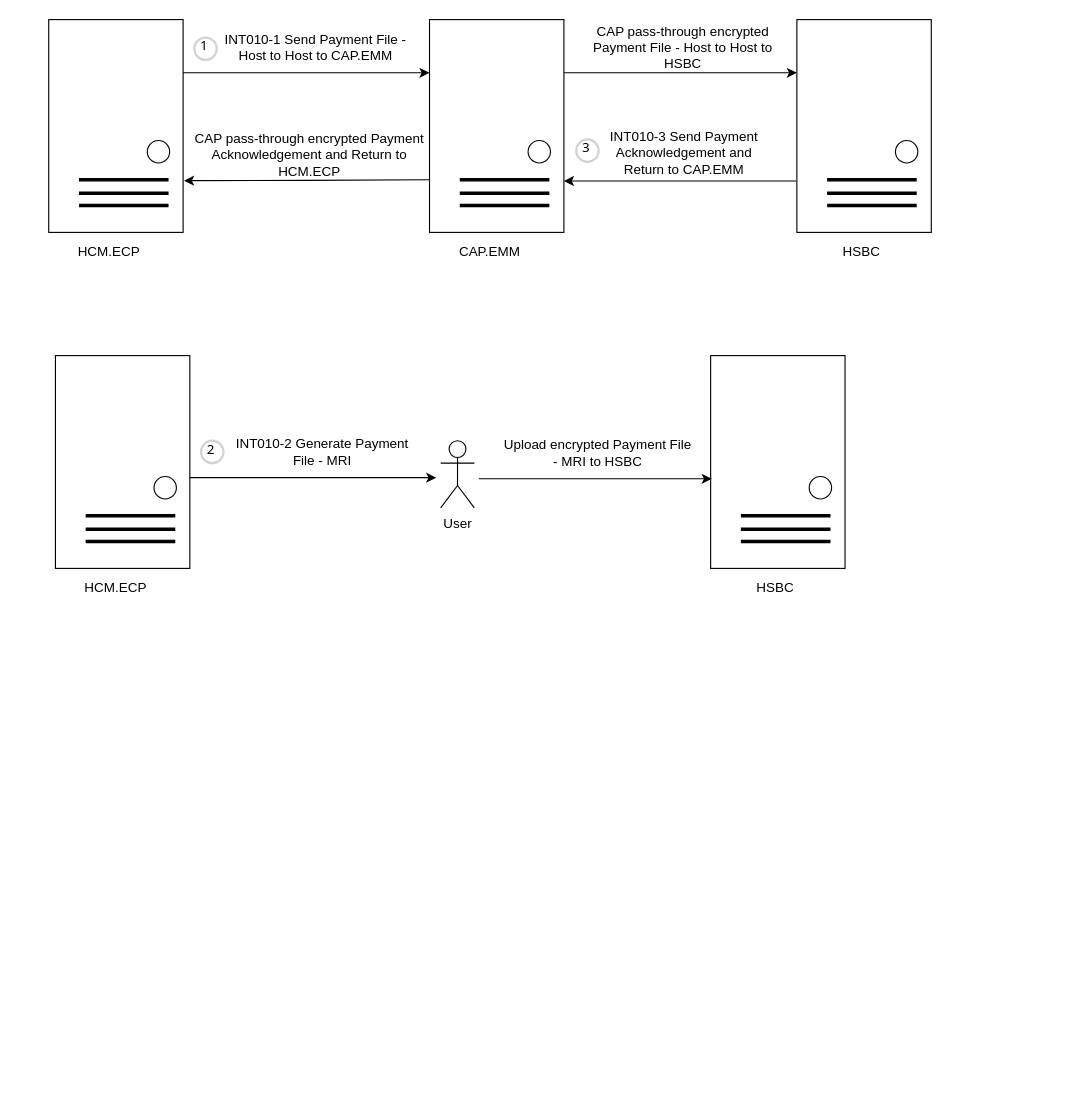
Before: page "HSBC" (17 of 19) of Untitled Diagram.drawio in wsxad234/flowchart, a draw.io diagram. Source tidied: cells renumbered, new cells numbered last; positions are measured from the earlier drawing's top-left corner, leaving out a move shared by most shapes. Both pictures are drawn from the tidied source at 112%, with x=0, y=0 at pixel (48, 19).
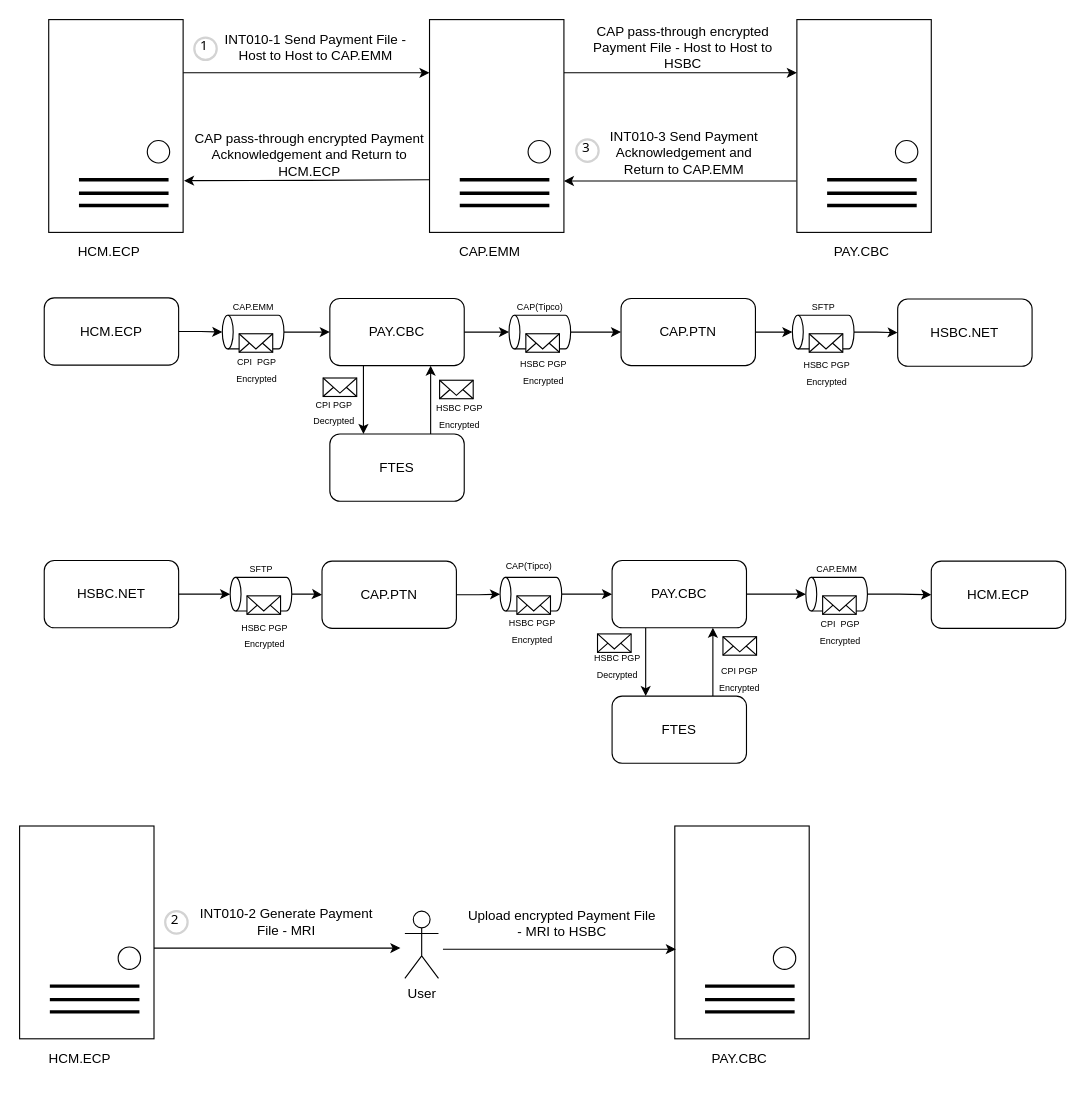
The same page after the edit.

The edit, as a diff of the source:
```diff
@@
-    <mxCell id="27" value="HSBC" style="text;html=1;strokeColor=none;fillColor=none;align=center;verticalAlign=middle;whiteSpace=wrap;rounded=0;" parent="1" vertex="1">
+    <mxCell id="27" value="PAY.CBC" style="text;html=1;strokeColor=none;fillColor=none;align=center;verticalAlign=middle;whiteSpace=wrap;rounded=0;" parent="1" vertex="1">
       <mxGeometry x="696" y="193" width="60" height="30" as="geometry" />
     </mxCell>
@@
     <mxCell id="30" style="rounded=0;whiteSpace=wrap;html=1;" parent="1" vertex="1">
-      <mxGeometry x="6" y="300" width="120" height="190" as="geometry" />
+      <mxGeometry x="-26" y="720" width="120" height="190" as="geometry" />
     </mxCell>
     <mxCell id="31" style="ellipse;whiteSpace=wrap;html=1;direction=south;" parent="1" vertex="1">
-      <mxGeometry x="94" y="408" width="20" height="20" as="geometry" />
+      <mxGeometry x="62" y="828" width="20" height="20" as="geometry" />
     </mxCell>
     <mxCell id="32" style="endArrow=none;html=1;rounded=0;align=center;strokeWidth=3;" parent="1" edge="1">
       <mxGeometry relative="1" as="geometry">
-        <mxPoint x="33" y="443" as="sourcePoint" />
-        <mxPoint x="113" y="443" as="targetPoint" />
+        <mxPoint x="1" y="863" as="sourcePoint" />
+        <mxPoint x="81" y="863" as="targetPoint" />
       </mxGeometry>
     </mxCell>
     <mxCell id="33" style="endArrow=none;html=1;rounded=0;align=center;strokeWidth=3;" parent="1" edge="1">
       <mxGeometry relative="1" as="geometry">
-        <mxPoint x="33" y="455" as="sourcePoint" />
-        <mxPoint x="113" y="455" as="targetPoint" />
+        <mxPoint x="1" y="875" as="sourcePoint" />
+        <mxPoint x="81" y="875" as="targetPoint" />
       </mxGeometry>
     </mxCell>
     <mxCell id="34" style="endArrow=none;html=1;rounded=0;align=center;strokeWidth=3;" parent="1" edge="1">
       <mxGeometry relative="1" as="geometry">
-        <mxPoint x="33" y="466" as="sourcePoint" />
-        <mxPoint x="113" y="466" as="targetPoint" />
+        <mxPoint x="1" y="886" as="sourcePoint" />
+        <mxPoint x="81" y="886" as="targetPoint" />
       </mxGeometry>
     </mxCell>
     <mxCell id="35" style="rounded=0;whiteSpace=wrap;html=1;" parent="1" vertex="1">
-      <mxGeometry x="591" y="300" width="120" height="190" as="geometry" />
+      <mxGeometry x="559" y="720" width="120" height="190" as="geometry" />
     </mxCell>
     <mxCell id="36" style="ellipse;whiteSpace=wrap;html=1;direction=south;" parent="1" vertex="1">
-      <mxGeometry x="679" y="408" width="20" height="20" as="geometry" />
+      <mxGeometry x="647" y="828" width="20" height="20" as="geometry" />
     </mxCell>
     <mxCell id="37" style="endArrow=none;html=1;rounded=0;align=center;strokeWidth=3;" parent="1" edge="1">
       <mxGeometry relative="1" as="geometry">
-        <mxPoint x="618" y="443" as="sourcePoint" />
-        <mxPoint x="698" y="443" as="targetPoint" />
+        <mxPoint x="586" y="863" as="sourcePoint" />
+        <mxPoint x="666" y="863" as="targetPoint" />
       </mxGeometry>
     </mxCell>
     <mxCell id="38" style="endArrow=none;html=1;rounded=0;align=center;strokeWidth=3;" parent="1" edge="1">
       <mxGeometry relative="1" as="geometry">
-        <mxPoint x="618" y="455" as="sourcePoint" />
-        <mxPoint x="698" y="455" as="targetPoint" />
+        <mxPoint x="586" y="875" as="sourcePoint" />
+        <mxPoint x="666" y="875" as="targetPoint" />
       </mxGeometry>
     </mxCell>
     <mxCell id="39" style="endArrow=none;html=1;rounded=0;align=center;strokeWidth=3;" parent="1" edge="1">
       <mxGeometry relative="1" as="geometry">
-        <mxPoint x="618" y="466" as="sourcePoint" />
-        <mxPoint x="698" y="466" as="targetPoint" />
+        <mxPoint x="586" y="886" as="sourcePoint" />
+        <mxPoint x="666" y="886" as="targetPoint" />
       </mxGeometry>
     </mxCell>
     <mxCell id="40" style="edgeStyle=orthogonalEdgeStyle;rounded=0;orthogonalLoop=1;jettySize=auto;html=1;exitX=1;exitY=0.25;exitDx=0;exitDy=0;entryX=0;entryY=0.25;entryDx=0;entryDy=0;" parent="1" edge="1">
       <mxGeometry relative="1" as="geometry">
-        <mxPoint x="126" y="409" as="sourcePoint" />
-        <mxPoint x="346" y="409" as="targetPoint" />
+        <mxPoint x="94" y="829" as="sourcePoint" />
+        <mxPoint x="314" y="829" as="targetPoint" />
       </mxGeometry>
     </mxCell>
     <mxCell id="41" value="INT010-2 Generate Payment File - MRI" style="text;html=1;strokeColor=none;fillColor=none;align=center;verticalAlign=middle;whiteSpace=wrap;rounded=0;" parent="1" vertex="1">
-      <mxGeometry x="158" y="366" width="173" height="40" as="geometry" />
+      <mxGeometry x="126" y="786" width="173" height="40" as="geometry" />
     </mxCell>
     <mxCell id="42" style="edgeStyle=orthogonalEdgeStyle;rounded=0;orthogonalLoop=1;jettySize=auto;html=1;exitX=1;exitY=0.25;exitDx=0;exitDy=0;entryX=0;entryY=0.25;entryDx=0;entryDy=0;" parent="1" edge="1">
       <mxGeometry relative="1" as="geometry">
-        <mxPoint x="384" y="410" as="sourcePoint" />
-        <mxPoint x="592" y="410" as="targetPoint" />
+        <mxPoint x="352" y="830" as="sourcePoint" />
+        <mxPoint x="560" y="830" as="targetPoint" />
       </mxGeometry>
     </mxCell>
     <mxCell id="43" value="Upload encrypted Payment File - MRI to HSBC" style="text;html=1;strokeColor=none;fillColor=none;align=center;verticalAlign=middle;whiteSpace=wrap;rounded=0;" parent="1" vertex="1">
-      <mxGeometry x="403.5" y="367" width="173" height="40" as="geometry" />
+      <mxGeometry x="371.5" y="787" width="173" height="40" as="geometry" />
     </mxCell>
     <mxCell id="44" value="2" style="ellipse;whiteSpace=wrap;html=1;strokeWidth=2;fontFamily=Tahoma;spacingBottom=4;spacingRight=2;strokeColor=#d3d3d3;" parent="1" vertex="1">
-      <mxGeometry x="136" y="376" width="20" height="20" as="geometry" />
+      <mxGeometry x="104" y="796" width="20" height="20" as="geometry" />
     </mxCell>
     <mxCell id="45" value="HCM.ECP" style="text;html=1;strokeColor=none;fillColor=none;align=center;verticalAlign=middle;whiteSpace=wrap;rounded=0;" parent="1" vertex="1">
-      <mxGeometry x="30" y="493" width="60" height="30" as="geometry" />
+      <mxGeometry x="-2" y="913" width="60" height="30" as="geometry" />
     </mxCell>
-    <mxCell id="46" value="HSBC" style="text;html=1;strokeColor=none;fillColor=none;align=center;verticalAlign=middle;whiteSpace=wrap;rounded=0;" parent="1" vertex="1">
-      <mxGeometry x="619" y="493" width="60" height="30" as="geometry" />
+    <mxCell id="46" value="PAY.CBC" style="text;html=1;strokeColor=none;fillColor=none;align=center;verticalAlign=middle;whiteSpace=wrap;rounded=0;" parent="1" vertex="1">
+      <mxGeometry x="587" y="913" width="60" height="30" as="geometry" />
     </mxCell>
     <mxCell id="47" value="User" style="shape=umlActor;verticalLabelPosition=bottom;verticalAlign=top;html=1;" parent="1" vertex="1">
-      <mxGeometry x="350" y="376" width="30" height="60" as="geometry" />
+      <mxGeometry x="318" y="796" width="30" height="60" as="geometry" />
     </mxCell>
+    <mxCell id="48" style="edgeStyle=orthogonalEdgeStyle;rounded=0;jettySize=auto;html=1;exitX=0.25;exitY=1;exitDx=0;exitDy=0;entryX=0.25;entryY=0;entryDx=0;entryDy=0;" parent="1" edge="1" source="49" target="51">
+      <mxGeometry relative="1" as="geometry" />
+    </mxCell>
+    <mxCell id="49" value="PAY.CBC" style="rounded=1;whiteSpace=wrap;html=1;" parent="1" vertex="1">
+      <mxGeometry x="251" y="249" width="120" height="60" as="geometry" />
+    </mxCell>
+    <mxCell id="50" style="edgeStyle=orthogonalEdgeStyle;rounded=0;jettySize=auto;html=1;exitX=0.75;exitY=0;exitDx=0;exitDy=0;entryX=0.75;entryY=1;entryDx=0;entryDy=0;" parent="1" edge="1" source="51" target="49">
+      <mxGeometry relative="1" as="geometry" />
+    </mxCell>
+    <mxCell id="51" value="FTES" style="rounded=1;whiteSpace=wrap;html=1;" parent="1" vertex="1">
+      <mxGeometry x="251" y="370" width="120" height="60" as="geometry" />
+    </mxCell>
+    <mxCell id="52" style="html=1;verticalLabelPosition=bottom;align=center;labelBackgroundColor=#ffffff;verticalAlign=top;strokeWidth=1;strokeColor=#000000;shadow=0;dashed=0;shape=mxgraph.ios7.icons.mail;" parent="1" vertex="1">
+      <mxGeometry x="245" y="320" width="30" height="16.5" as="geometry" />
+    </mxCell>
+    <mxCell id="53" value="&lt;font style=&quot;font-size: 8px;&quot;&gt;CPI PGP Decrypted&lt;/font&gt;" style="text;html=1;strokeColor=none;fillColor=none;align=center;verticalAlign=middle;whiteSpace=wrap;rounded=0;" parent="1" vertex="1">
+      <mxGeometry x="223" y="338.5" width="64" height="23.5" as="geometry" />
+    </mxCell>
+    <mxCell id="54" style="html=1;verticalLabelPosition=bottom;align=center;labelBackgroundColor=#ffffff;verticalAlign=top;strokeWidth=1;strokeColor=#000000;shadow=0;dashed=0;shape=mxgraph.ios7.icons.mail;" parent="1" vertex="1">
+      <mxGeometry x="349" y="322" width="30" height="16.5" as="geometry" />
+    </mxCell>
+    <mxCell id="55" value="&lt;font style=&quot;font-size: 8px;&quot;&gt;HSBC PGP Encrypted&lt;/font&gt;" style="text;html=1;strokeColor=none;fillColor=none;align=center;verticalAlign=middle;whiteSpace=wrap;rounded=0;" parent="1" vertex="1">
+      <mxGeometry x="331" y="343" width="72" height="20" as="geometry" />
+    </mxCell>
+    <mxCell id="56" value="CAP.PTN" style="rounded=1;whiteSpace=wrap;html=1;" parent="1" vertex="1">
+      <mxGeometry x="511" y="249" width="120" height="60" as="geometry" />
+    </mxCell>
+    <mxCell id="57" value="HSBC.NET" style="rounded=1;whiteSpace=wrap;html=1;" parent="1" vertex="1">
+      <mxGeometry x="758" y="249.5" width="120" height="60" as="geometry" />
+    </mxCell>
+    <mxCell id="58" style="edgeStyle=orthogonalEdgeStyle;rounded=0;jettySize=auto;html=1;entryX=0;entryY=0.5;entryDx=0;entryDy=0;" parent="1" edge="1" source="59" target="56">
+      <mxGeometry relative="1" as="geometry" />
+    </mxCell>
+    <mxCell id="59" style="shape=cylinder3;whiteSpace=wrap;html=1;boundedLbl=1;backgroundOutline=1;size=4.857142857142662;rotation=-90;" parent="1" vertex="1">
+      <mxGeometry x="423.5" y="251.5" width="30" height="55" as="geometry" />
+    </mxCell>
+    <mxCell id="60" style="html=1;verticalLabelPosition=bottom;align=center;labelBackgroundColor=#ffffff;verticalAlign=top;strokeWidth=1;strokeColor=#000000;shadow=0;dashed=0;shape=mxgraph.ios7.icons.mail;" parent="1" vertex="1">
+      <mxGeometry x="426" y="280.5" width="30" height="16.5" as="geometry" />
+    </mxCell>
+    <mxCell id="61" value="&lt;font style=&quot;font-size: 8px;&quot;&gt;HSBC PGP Encrypted&lt;/font&gt;" style="text;html=1;strokeColor=none;fillColor=none;align=center;verticalAlign=middle;whiteSpace=wrap;rounded=0;" parent="1" vertex="1">
+      <mxGeometry x="406" y="304" width="72" height="20" as="geometry" />
+    </mxCell>
+    <mxCell id="62" value="&lt;font style=&quot;font-size: 8px;&quot;&gt;CAP(Tipco)&lt;/font&gt;" style="text;html=1;strokeColor=none;fillColor=none;align=center;verticalAlign=middle;whiteSpace=wrap;rounded=0;" parent="1" vertex="1">
+      <mxGeometry x="403" y="246" width="72" height="20" as="geometry" />
+    </mxCell>
+    <mxCell id="63" style="edgeStyle=orthogonalEdgeStyle;rounded=0;jettySize=auto;html=1;entryX=0.5;entryY=0;entryDx=0;entryDy=0;entryPerimeter=0;" parent="1" edge="1" source="49" target="59">
+      <mxGeometry relative="1" as="geometry" />
+    </mxCell>
+    <mxCell id="64" style="edgeStyle=orthogonalEdgeStyle;rounded=0;jettySize=auto;html=1;entryX=0;entryY=0.5;entryDx=0;entryDy=0;" parent="1" edge="1" source="65" target="57">
+      <mxGeometry relative="1" as="geometry" />
+    </mxCell>
+    <mxCell id="65" style="shape=cylinder3;whiteSpace=wrap;html=1;boundedLbl=1;backgroundOutline=1;size=4.857142857142662;rotation=-90;" parent="1" vertex="1">
+      <mxGeometry x="676.5" y="251.5" width="30" height="55" as="geometry" />
+    </mxCell>
+    <mxCell id="66" style="html=1;verticalLabelPosition=bottom;align=center;labelBackgroundColor=#ffffff;verticalAlign=top;strokeWidth=1;strokeColor=#000000;shadow=0;dashed=0;shape=mxgraph.ios7.icons.mail;" parent="1" vertex="1">
+      <mxGeometry x="679" y="280.5" width="30" height="16.5" as="geometry" />
+    </mxCell>
+    <mxCell id="67" value="&lt;font style=&quot;font-size: 8px;&quot;&gt;HSBC PGP Encrypted&lt;/font&gt;" style="text;html=1;strokeColor=none;fillColor=none;align=center;verticalAlign=middle;whiteSpace=wrap;rounded=0;" parent="1" vertex="1">
+      <mxGeometry x="659" y="305" width="72" height="20" as="geometry" />
+    </mxCell>
+    <mxCell id="68" value="&lt;font style=&quot;font-size: 8px;&quot;&gt;SFTP&lt;/font&gt;" style="text;html=1;strokeColor=none;fillColor=none;align=center;verticalAlign=middle;whiteSpace=wrap;rounded=0;" parent="1" vertex="1">
+      <mxGeometry x="656" y="246" width="72" height="20" as="geometry" />
+    </mxCell>
+    <mxCell id="69" style="edgeStyle=orthogonalEdgeStyle;rounded=0;jettySize=auto;html=1;entryX=0.5;entryY=0;entryDx=0;entryDy=0;entryPerimeter=0;" parent="1" edge="1" source="56" target="65">
+      <mxGeometry relative="1" as="geometry" />
+    </mxCell>
+    <mxCell id="70" value="HCM.ECP" style="rounded=1;whiteSpace=wrap;html=1;" parent="1" vertex="1">
+      <mxGeometry x="-4" y="248.5" width="120" height="60" as="geometry" />
+    </mxCell>
+    <mxCell id="71" style="edgeStyle=orthogonalEdgeStyle;rounded=0;jettySize=auto;html=1;entryX=0;entryY=0.5;entryDx=0;entryDy=0;" parent="1" edge="1" source="72" target="49">
+      <mxGeometry relative="1" as="geometry" />
+    </mxCell>
+    <mxCell id="72" style="shape=cylinder3;whiteSpace=wrap;html=1;boundedLbl=1;backgroundOutline=1;size=4.857142857142662;rotation=-90;" parent="1" vertex="1">
+      <mxGeometry x="167.5" y="251.5" width="30" height="55" as="geometry" />
+    </mxCell>
+    <mxCell id="73" style="html=1;verticalLabelPosition=bottom;align=center;labelBackgroundColor=#ffffff;verticalAlign=top;strokeWidth=1;strokeColor=#000000;shadow=0;dashed=0;shape=mxgraph.ios7.icons.mail;" parent="1" vertex="1">
+      <mxGeometry x="170" y="280.5" width="30" height="16.5" as="geometry" />
+    </mxCell>
+    <mxCell id="74" value="&lt;font style=&quot;font-size: 8px;&quot;&gt;CPI&amp;nbsp; PGP Encrypted&lt;/font&gt;" style="text;html=1;strokeColor=none;fillColor=none;align=center;verticalAlign=middle;whiteSpace=wrap;rounded=0;" parent="1" vertex="1">
+      <mxGeometry x="150" y="302" width="72" height="20" as="geometry" />
+    </mxCell>
+    <mxCell id="75" value="&lt;font style=&quot;font-size: 8px;&quot;&gt;CAP.EMM&lt;/font&gt;" style="text;html=1;strokeColor=none;fillColor=none;align=center;verticalAlign=middle;whiteSpace=wrap;rounded=0;" parent="1" vertex="1">
+      <mxGeometry x="147" y="246" width="72" height="20" as="geometry" />
+    </mxCell>
+    <mxCell id="76" style="edgeStyle=orthogonalEdgeStyle;rounded=0;jettySize=auto;html=1;entryX=0.5;entryY=0;entryDx=0;entryDy=0;entryPerimeter=0;" parent="1" edge="1" source="70" target="72">
+      <mxGeometry relative="1" as="geometry" />
+    </mxCell>
+    <mxCell id="77" style="edgeStyle=orthogonalEdgeStyle;rounded=0;jettySize=auto;html=1;exitX=0.25;exitY=1;exitDx=0;exitDy=0;entryX=0.25;entryY=0;entryDx=0;entryDy=0;" parent="1" edge="1" source="78" target="80">
+      <mxGeometry relative="1" as="geometry" />
+    </mxCell>
+    <mxCell id="78" value="PAY.CBC" style="rounded=1;whiteSpace=wrap;html=1;" parent="1" vertex="1">
+      <mxGeometry x="503" y="483" width="120" height="60" as="geometry" />
+    </mxCell>
+    <mxCell id="79" style="edgeStyle=orthogonalEdgeStyle;rounded=0;jettySize=auto;html=1;exitX=0.75;exitY=0;exitDx=0;exitDy=0;entryX=0.75;entryY=1;entryDx=0;entryDy=0;" parent="1" edge="1" source="80" target="78">
+      <mxGeometry relative="1" as="geometry" />
+    </mxCell>
+    <mxCell id="80" value="FTES" style="rounded=1;whiteSpace=wrap;html=1;" parent="1" vertex="1">
+      <mxGeometry x="503" y="604" width="120" height="60" as="geometry" />
+    </mxCell>
+    <mxCell id="81" style="html=1;verticalLabelPosition=bottom;align=center;labelBackgroundColor=#ffffff;verticalAlign=top;strokeWidth=1;strokeColor=#000000;shadow=0;dashed=0;shape=mxgraph.ios7.icons.mail;" parent="1" vertex="1">
+      <mxGeometry x="602" y="551" width="30" height="16.5" as="geometry" />
+    </mxCell>
+    <mxCell id="82" value="&lt;font style=&quot;font-size: 8px;&quot;&gt;CPI PGP Encrypted&lt;/font&gt;" style="text;html=1;strokeColor=none;fillColor=none;align=center;verticalAlign=middle;whiteSpace=wrap;rounded=0;" parent="1" vertex="1">
+      <mxGeometry x="585" y="576.5" width="64" height="23.5" as="geometry" />
+    </mxCell>
+    <mxCell id="83" style="html=1;verticalLabelPosition=bottom;align=center;labelBackgroundColor=#ffffff;verticalAlign=top;strokeWidth=1;strokeColor=#000000;shadow=0;dashed=0;shape=mxgraph.ios7.icons.mail;" parent="1" vertex="1">
+      <mxGeometry x="490" y="548.5" width="30" height="16.5" as="geometry" />
+    </mxCell>
+    <mxCell id="84" value="&lt;font style=&quot;font-size: 8px;&quot;&gt;HSBC PGP Decrypted&lt;/font&gt;" style="text;html=1;strokeColor=none;fillColor=none;align=center;verticalAlign=middle;whiteSpace=wrap;rounded=0;" parent="1" vertex="1">
+      <mxGeometry x="472" y="562.5" width="72" height="27" as="geometry" />
+    </mxCell>
+    <mxCell id="85" value="CAP.PTN" style="rounded=1;whiteSpace=wrap;html=1;" parent="1" vertex="1">
+      <mxGeometry x="244" y="483.5" width="120" height="60" as="geometry" />
+    </mxCell>
+    <mxCell id="86" value="HSBC.NET" style="rounded=1;whiteSpace=wrap;html=1;" parent="1" vertex="1">
+      <mxGeometry x="-4" y="483" width="120" height="60" as="geometry" />
+    </mxCell>
+    <mxCell id="87" style="edgeStyle=orthogonalEdgeStyle;rounded=0;jettySize=auto;html=1;" parent="1" edge="1" source="88" target="78">
+      <mxGeometry relative="1" as="geometry" />
+    </mxCell>
+    <mxCell id="88" style="shape=cylinder3;whiteSpace=wrap;html=1;boundedLbl=1;backgroundOutline=1;size=4.857142857142662;rotation=-90;" parent="1" vertex="1">
+      <mxGeometry x="415.5" y="485.5" width="30" height="55" as="geometry" />
+    </mxCell>
+    <mxCell id="89" style="html=1;verticalLabelPosition=bottom;align=center;labelBackgroundColor=#ffffff;verticalAlign=top;strokeWidth=1;strokeColor=#000000;shadow=0;dashed=0;shape=mxgraph.ios7.icons.mail;" parent="1" vertex="1">
+      <mxGeometry x="418" y="514.5" width="30" height="16.5" as="geometry" />
+    </mxCell>
+    <mxCell id="90" value="&lt;font style=&quot;font-size: 8px;&quot;&gt;HSBC PGP Encrypted&lt;/font&gt;" style="text;html=1;strokeColor=none;fillColor=none;align=center;verticalAlign=middle;whiteSpace=wrap;rounded=0;" parent="1" vertex="1">
+      <mxGeometry x="396" y="535" width="72" height="20" as="geometry" />
+    </mxCell>
+    <mxCell id="91" value="&lt;font style=&quot;font-size: 8px;&quot;&gt;CAP(Tipco)&lt;/font&gt;" style="text;html=1;strokeColor=none;fillColor=none;align=center;verticalAlign=middle;whiteSpace=wrap;rounded=0;" parent="1" vertex="1">
+      <mxGeometry x="393" y="477" width="72" height="20" as="geometry" />
+    </mxCell>
+    <mxCell id="92" style="edgeStyle=orthogonalEdgeStyle;rounded=0;jettySize=auto;html=1;entryX=0;entryY=0.5;entryDx=0;entryDy=0;" parent="1" edge="1" source="93" target="85">
+      <mxGeometry relative="1" as="geometry" />
+    </mxCell>
+    <mxCell id="93" style="shape=cylinder3;whiteSpace=wrap;html=1;boundedLbl=1;backgroundOutline=1;size=4.857142857142662;rotation=-90;" parent="1" vertex="1">
+      <mxGeometry x="174.5" y="485.5" width="30" height="55" as="geometry" />
+    </mxCell>
+    <mxCell id="94" style="html=1;verticalLabelPosition=bottom;align=center;labelBackgroundColor=#ffffff;verticalAlign=top;strokeWidth=1;strokeColor=#000000;shadow=0;dashed=0;shape=mxgraph.ios7.icons.mail;" parent="1" vertex="1">
+      <mxGeometry x="177" y="514.5" width="30" height="16.5" as="geometry" />
+    </mxCell>
+    <mxCell id="95" value="&lt;font style=&quot;font-size: 8px;&quot;&gt;HSBC PGP Encrypted&lt;/font&gt;" style="text;html=1;strokeColor=none;fillColor=none;align=center;verticalAlign=middle;whiteSpace=wrap;rounded=0;" parent="1" vertex="1">
+      <mxGeometry x="157" y="539" width="72" height="20" as="geometry" />
+    </mxCell>
+    <mxCell id="96" value="&lt;font style=&quot;font-size: 8px;&quot;&gt;SFTP&lt;/font&gt;" style="text;html=1;strokeColor=none;fillColor=none;align=center;verticalAlign=middle;whiteSpace=wrap;rounded=0;" parent="1" vertex="1">
+      <mxGeometry x="154" y="480" width="72" height="20" as="geometry" />
+    </mxCell>
+    <mxCell id="97" value="HCM.ECP" style="rounded=1;whiteSpace=wrap;html=1;" parent="1" vertex="1">
+      <mxGeometry x="788" y="483.5" width="120" height="60" as="geometry" />
+    </mxCell>
+    <mxCell id="98" style="edgeStyle=orthogonalEdgeStyle;rounded=0;jettySize=auto;html=1;entryX=0;entryY=0.5;entryDx=0;entryDy=0;" parent="1" edge="1" source="99" target="97">
+      <mxGeometry relative="1" as="geometry" />
+    </mxCell>
+    <mxCell id="99" style="shape=cylinder3;whiteSpace=wrap;html=1;boundedLbl=1;backgroundOutline=1;size=4.857142857142662;rotation=-90;" parent="1" vertex="1">
+      <mxGeometry x="688.5" y="485.5" width="30" height="55" as="geometry" />
+    </mxCell>
+    <mxCell id="100" style="html=1;verticalLabelPosition=bottom;align=center;labelBackgroundColor=#ffffff;verticalAlign=top;strokeWidth=1;strokeColor=#000000;shadow=0;dashed=0;shape=mxgraph.ios7.icons.mail;" parent="1" vertex="1">
+      <mxGeometry x="691" y="514.5" width="30" height="16.5" as="geometry" />
+    </mxCell>
+    <mxCell id="101" value="&lt;font style=&quot;font-size: 8px;&quot;&gt;CPI&amp;nbsp; PGP Encrypted&lt;/font&gt;" style="text;html=1;strokeColor=none;fillColor=none;align=center;verticalAlign=middle;whiteSpace=wrap;rounded=0;" parent="1" vertex="1">
+      <mxGeometry x="671" y="536" width="72" height="20" as="geometry" />
+    </mxCell>
+    <mxCell id="102" value="&lt;font style=&quot;font-size: 8px;&quot;&gt;CAP.EMM&lt;/font&gt;" style="text;html=1;strokeColor=none;fillColor=none;align=center;verticalAlign=middle;whiteSpace=wrap;rounded=0;" parent="1" vertex="1">
+      <mxGeometry x="668" y="480" width="72" height="20" as="geometry" />
+    </mxCell>
+    <mxCell id="103" style="edgeStyle=orthogonalEdgeStyle;rounded=0;jettySize=auto;html=1;entryX=0.5;entryY=0;entryDx=0;entryDy=0;entryPerimeter=0;" parent="1" edge="1" source="86" target="93">
+      <mxGeometry relative="1" as="geometry" />
+    </mxCell>
+    <mxCell id="104" style="edgeStyle=orthogonalEdgeStyle;rounded=0;jettySize=auto;html=1;entryX=0.5;entryY=0;entryDx=0;entryDy=0;entryPerimeter=0;" parent="1" edge="1" source="85" target="88">
+      <mxGeometry relative="1" as="geometry" />
+    </mxCell>
+    <mxCell id="105" style="edgeStyle=orthogonalEdgeStyle;rounded=0;jettySize=auto;html=1;entryX=0.5;entryY=0;entryDx=0;entryDy=0;entryPerimeter=0;" parent="1" edge="1" source="78" target="99">
+      <mxGeometry relative="1" as="geometry" />
+    </mxCell>
```
